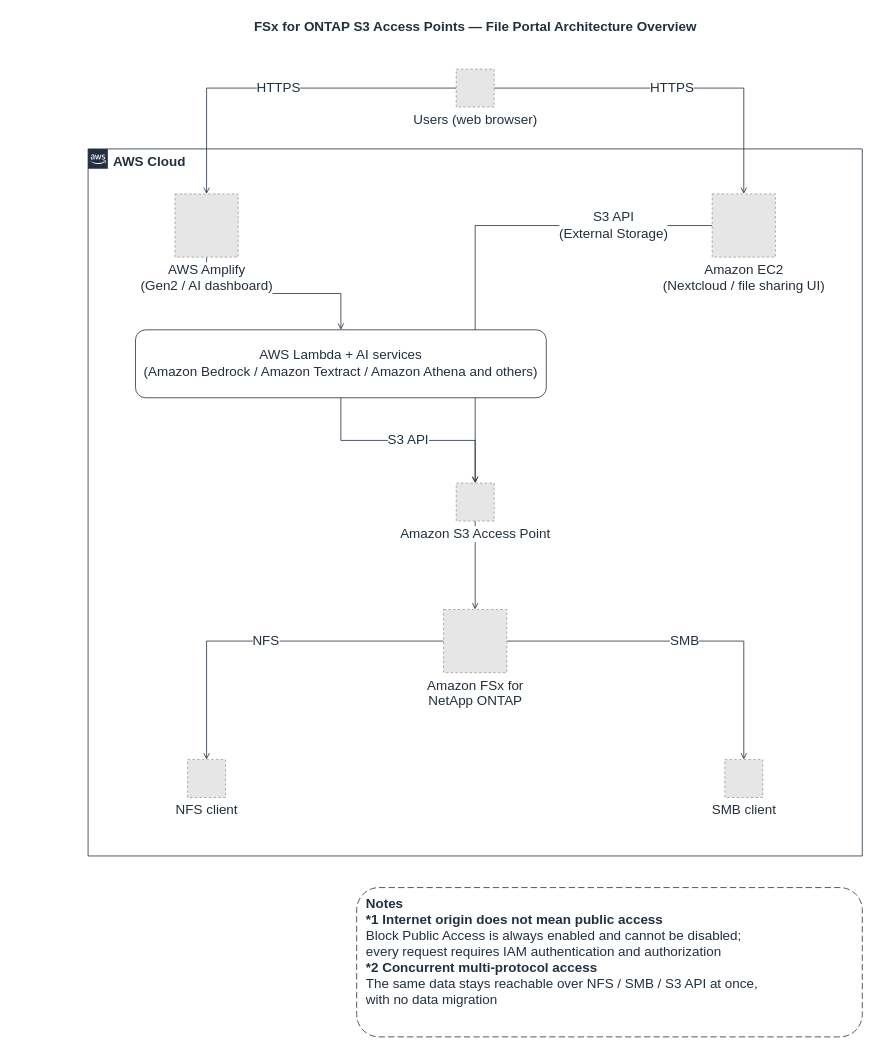
Earlier version of the draw.io diagram docs/diagrams/architecture-overview-en.drawio (Yoshiki0705/FSx-for-ONTAP-S3AccessPoints-Serverless-Patterns). Source tidied: cells renumbered, new cells numbered last; positions are measured from the earlier drawing's top-left corner, leaving out a move shared by most shapes. Both pictures are drawn from the tidied source at 79%, with x=0, y=0 at pixel (88, 13). Pictures stored in the file or linked from it are replaced by grey dashed boxes.
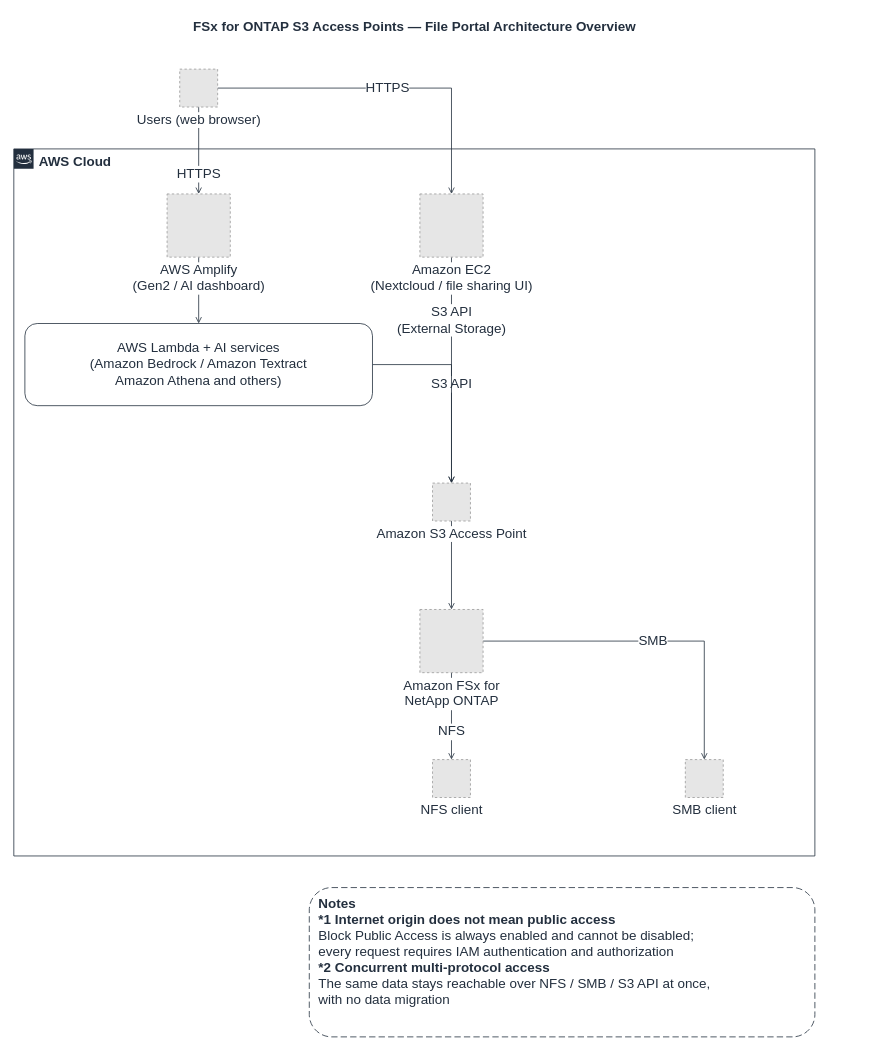
The same diagram, later.

Change to the diagram source:
```diff
@@
     <mxCell id="2" value="FSx for ONTAP S3 Access Points — File Portal Architecture Overview" style="text;html=1;align=center;verticalAlign=middle;fontSize=17;fontStyle=1;fontColor=#232F3E;" parent="1" vertex="1">
-      <mxGeometry width="980" height="34" as="geometry" />
+      <mxGeometry x="-94" width="1014" height="34" as="geometry" />
     </mxCell>
-    <mxCell id="3" value="AWS Cloud" style="gradientColor=none;html=1;whiteSpace=wrap;fontSize=17;fontStyle=1;shape=mxgraph.aws4.group;grIcon=mxgraph.aws4.group_aws_cloud_alt;strokeColor=#232F3E;fillColor=none;verticalAlign=top;align=left;spacingLeft=30;fontColor=#232F3E;dashed=0;" parent="1" vertex="1">
-      <mxGeometry y="171" width="980" height="895" as="geometry" />
-    </mxCell>
     <mxCell id="4" value="HTTPS" style="edgeStyle=orthogonalEdgeStyle;rounded=0;jettySize=auto;html=1;endArrow=open;endFill=0;strokeColor=#232F3E;strokeWidth=1;fontSize=17;fontColor=#232F3E;labelBackgroundColor=#ffffff;" parent="1" edge="1" source="12" target="13">
-      <mxGeometry relative="1" as="geometry" />
+      <mxGeometry relative="1" as="geometry">
+        <mxPoint y="30" as="offset" />
+      </mxGeometry>
     </mxCell>
@@
     <mxCell id="8" value="S3 API&lt;br&gt;(External Storage)" style="edgeStyle=orthogonalEdgeStyle;rounded=0;jettySize=auto;html=1;endArrow=open;endFill=0;strokeColor=#232F3E;strokeWidth=1;fontSize=17;fontColor=#232F3E;labelBackgroundColor=#ffffff;" parent="1" edge="1" source="14" target="16">
-      <mxGeometry x="-0.6" relative="1" as="geometry" />
+      <mxGeometry x="-0.5" relative="1" as="geometry">
+        <mxPoint y="8" as="offset" />
+      </mxGeometry>
     </mxCell>
@@
     <mxCell id="10" value="NFS" style="edgeStyle=orthogonalEdgeStyle;rounded=0;jettySize=auto;html=1;endArrow=open;endFill=0;strokeColor=#232F3E;strokeWidth=1;fontSize=17;fontColor=#232F3E;labelBackgroundColor=#ffffff;" parent="1" edge="1" source="17" target="18">
-      <mxGeometry relative="1" as="geometry" />
+      <mxGeometry relative="1" as="geometry">
+        <mxPoint y="20" as="offset" />
+      </mxGeometry>
     </mxCell>
@@
+    <mxCell id="3" value="AWS Cloud" style="gradientColor=none;html=1;whiteSpace=wrap;fontSize=17;fontStyle=1;shape=mxgraph.aws4.group;grIcon=mxgraph.aws4.group_aws_cloud_alt;strokeColor=#232F3E;fillColor=none;verticalAlign=top;align=left;spacingLeft=30;fontColor=#232F3E;dashed=0;labelBackgroundColor=#FFFFFF;" parent="1" vertex="1">
+      <mxGeometry x="-94" y="171" width="1014" height="895" as="geometry" />
+    </mxCell>
     <mxCell id="12" value="Users (web browser)" style="fillColor=#E6E6E6;strokeColor=#999999;dashed=1;html=1;verticalLabelPosition=bottom;verticalAlign=top;labelPosition=center;align=center;fontSize=17;fontColor=#232F3E;labelBackgroundColor=#FFFFFF;" parent="1" vertex="1">
-      <mxGeometry x="466" y="70" width="48" height="48" as="geometry" />
+      <mxGeometry x="116" y="70" width="48" height="48" as="geometry" />
     </mxCell>
     <mxCell id="13" value="AWS Amplify&lt;br&gt;(Gen2 / AI dashboard)" style="fillColor=#E6E6E6;strokeColor=#999999;dashed=1;html=1;verticalLabelPosition=bottom;verticalAlign=top;labelPosition=center;align=center;fontSize=17;fontColor=#232F3E;labelBackgroundColor=#FFFFFF;" parent="1" vertex="1">
-      <mxGeometry x="110" y="228" width="80" height="80" as="geometry" />
+      <mxGeometry x="100" y="228" width="80" height="80" as="geometry" />
     </mxCell>
     <mxCell id="14" value="Amazon EC2&lt;br&gt;(Nextcloud / file sharing UI)" style="fillColor=#E6E6E6;strokeColor=#999999;dashed=1;html=1;verticalLabelPosition=bottom;verticalAlign=top;labelPosition=center;align=center;fontSize=17;fontColor=#232F3E;labelBackgroundColor=#FFFFFF;" parent="1" vertex="1">
-      <mxGeometry x="790" y="228" width="80" height="80" as="geometry" />
+      <mxGeometry x="420" y="228" width="80" height="80" as="geometry" />
     </mxCell>
-    <mxCell id="15" value="AWS Lambda + AI services&lt;br&gt;(Amazon Bedrock / Amazon Textract / Amazon Athena and others)" style="rounded=1;whiteSpace=wrap;html=1;dashed=0;strokeColor=#232F3E;fillColor=#FFFFFF;align=center;verticalAlign=middle;fontSize=17;fontColor=#232F3E;" parent="1" vertex="1">
-      <mxGeometry x="60" y="400" width="520" height="86" as="geometry" />
+    <mxCell id="15" value="AWS Lambda + AI services&lt;br&gt;(Amazon Bedrock / Amazon Textract&lt;br&gt;Amazon Athena and others)" style="rounded=1;whiteSpace=wrap;html=1;dashed=0;strokeColor=#232F3E;fillColor=#FFFFFF;align=center;verticalAlign=middle;fontSize=17;fontColor=#232F3E;" parent="1" vertex="1">
+      <mxGeometry x="-80" y="392" width="440" height="104" as="geometry" />
     </mxCell>
     <mxCell id="16" value="Amazon S3 Access Point" style="fillColor=#E6E6E6;strokeColor=#999999;dashed=1;html=1;verticalLabelPosition=bottom;verticalAlign=top;labelPosition=center;align=center;fontSize=17;fontColor=#232F3E;labelBackgroundColor=#FFFFFF;" parent="1" vertex="1">
-      <mxGeometry x="466" y="594" width="48" height="48" as="geometry" />
+      <mxGeometry x="436" y="594" width="48" height="48" as="geometry" />
     </mxCell>
     <mxCell id="17" value="Amazon FSx for&lt;br&gt;NetApp ONTAP" style="fillColor=#E6E6E6;strokeColor=#999999;dashed=1;html=1;verticalLabelPosition=bottom;verticalAlign=top;labelPosition=center;align=center;fontSize=17;fontColor=#232F3E;labelBackgroundColor=#FFFFFF;" parent="1" vertex="1">
-      <mxGeometry x="450" y="754" width="80" height="80" as="geometry" />
+      <mxGeometry x="420" y="754" width="80" height="80" as="geometry" />
     </mxCell>
     <mxCell id="18" value="NFS client" style="fillColor=#E6E6E6;strokeColor=#999999;dashed=1;html=1;verticalLabelPosition=bottom;verticalAlign=top;labelPosition=center;align=center;fontSize=17;fontColor=#232F3E;labelBackgroundColor=#FFFFFF;" parent="1" vertex="1">
-      <mxGeometry x="126" y="944" width="48" height="48" as="geometry" />
+      <mxGeometry x="436" y="944" width="48" height="48" as="geometry" />
     </mxCell>
     <mxCell id="19" value="SMB client" style="fillColor=#E6E6E6;strokeColor=#999999;dashed=1;html=1;verticalLabelPosition=bottom;verticalAlign=top;labelPosition=center;align=center;fontSize=17;fontColor=#232F3E;labelBackgroundColor=#FFFFFF;" parent="1" vertex="1">
-      <mxGeometry x="806" y="944" width="48" height="48" as="geometry" />
+      <mxGeometry x="756" y="944" width="48" height="48" as="geometry" />
     </mxCell>
     <mxCell id="20" value="&lt;b&gt;Notes&lt;/b&gt;&lt;br&gt;&lt;b&gt;*1 Internet origin does not mean public access&lt;/b&gt;&lt;br&gt;Block Public Access is always enabled and cannot be disabled;&lt;br&gt;every request requires IAM authentication and authorization&lt;br&gt;&lt;b&gt;*2 Concurrent multi-protocol access&lt;/b&gt;&lt;br&gt;The same data stays reachable over NFS / SMB / S3 API at once,&lt;br&gt;with no data migration" style="rounded=1;whiteSpace=wrap;html=1;dashed=1;dashPattern=8 4;strokeColor=#232F3E;fillColor=#FFFFFF;align=left;verticalAlign=top;spacingLeft=10;spacingTop=4;fontSize=17;fontColor=#232F3E;" parent="1" vertex="1">
-      <mxGeometry x="340" y="1106" width="640" height="189" as="geometry" />
+      <mxGeometry x="280" y="1106" width="640" height="189" as="geometry" />
     </mxCell>
```
